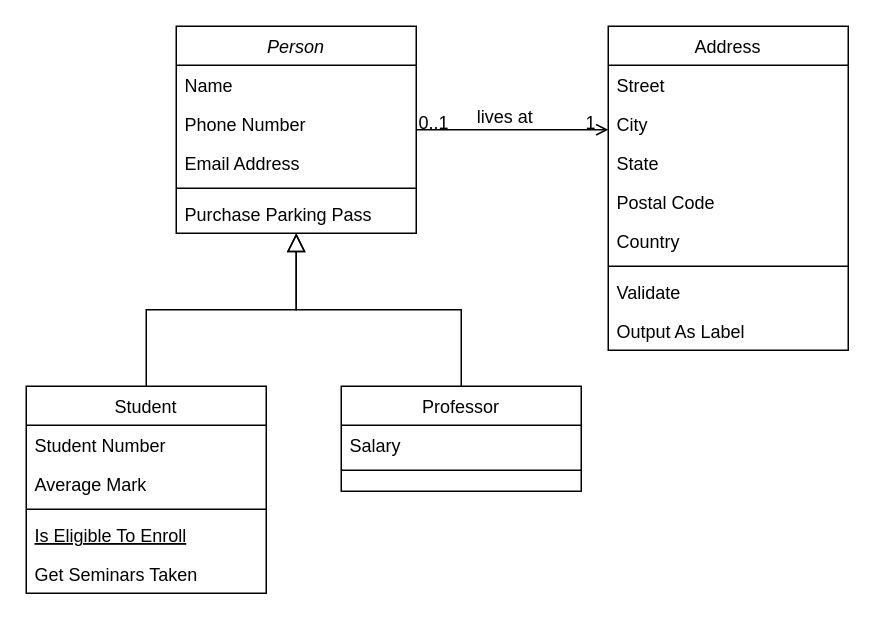
This is page "Page-1" (1 of 2) of Untitled Diagram.drawio from PatrizioPrata/Object-Oriented-Analysis, a draw.io file, before an edit. Source tidied: cells renumbered, new cells numbered last; positions are measured from the earlier drawing's top-left corner, leaving out a move shared by most shapes. Both pictures are drawn from the tidied source at 150%, with x=0, y=0 at pixel (26, 26).
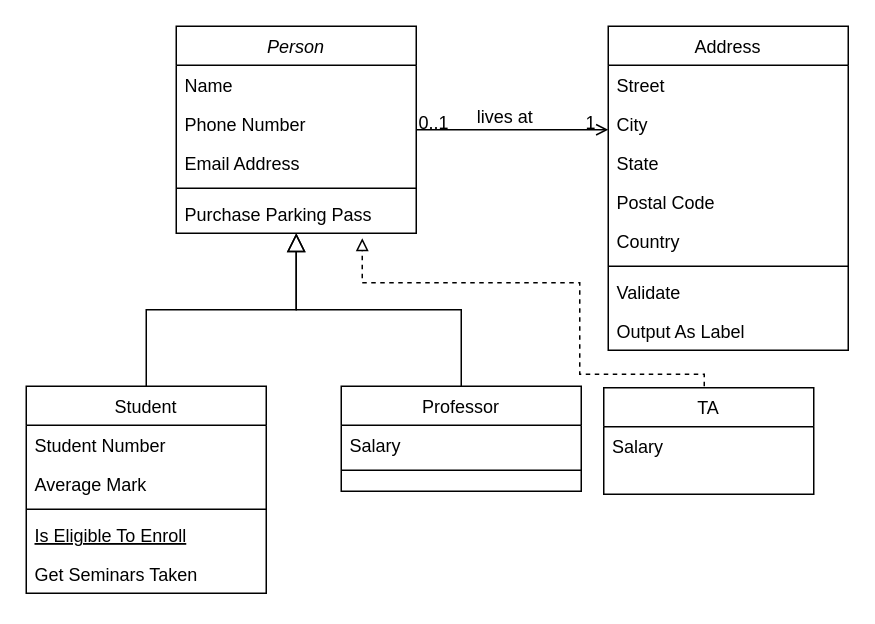
Above is the later version.

The change refers to these unchanged cells:
```xml
<mxCell id="7" value="Purchase Parking Pass" style="text;align=left;verticalAlign=top;spacingLeft=4;spacingRight=4;overflow=hidden;points=[[0,0.5],[1,0.5]];portConstraint=eastwest;" parent="2" vertex="1">
  <mxGeometry y="112" width="160" height="26" as="geometry" />
</mxCell>
<mxCell id="19" value="Address" style="swimlane;fontStyle=0;align=center;verticalAlign=top;horizontal=1;startSize=26;rounded=0;shadow=0;strokeWidth=1;" parent="1" vertex="1">
  <mxGeometry x="388" width="160" height="216" as="geometry" />
</mxCell>
```

Change to the diagram source:
```diff
@@
+    <mxCell id="32" style="endArrow=block;html=1;entryX=0.775;entryY=1.128;entryDx=0;entryDy=0;entryPerimeter=0;edgeStyle=orthogonalEdgeStyle;rounded=0;endFill=0;dashed=1;" parent="19" edge="1" target="7">
+      <mxGeometry relative="1" as="geometry">
+        <mxPoint x="64" y="240" as="sourcePoint" />
+        <Array as="points">
+          <mxPoint x="64" y="232" />
+          <mxPoint x="-19" y="232" />
+          <mxPoint x="-19" y="171" />
+          <mxPoint x="-164" y="171" />
+        </Array>
+      </mxGeometry>
+    </mxCell>
@@
+    <mxCell id="33" value="TA" style="swimlane;fontStyle=0;horizontal=1;startSize=26;fillColor=none;" parent="1" vertex="1">
+      <mxGeometry x="385" y="241" width="140" height="71" as="geometry" />
+    </mxCell>
+    <mxCell id="34" value="Salary" style="text;strokeColor=none;fillColor=none;align=left;verticalAlign=top;spacingLeft=4;spacingRight=4;overflow=hidden;" parent="33" vertex="1">
+      <mxGeometry y="26" width="140" height="45" as="geometry" />
+    </mxCell>
```
